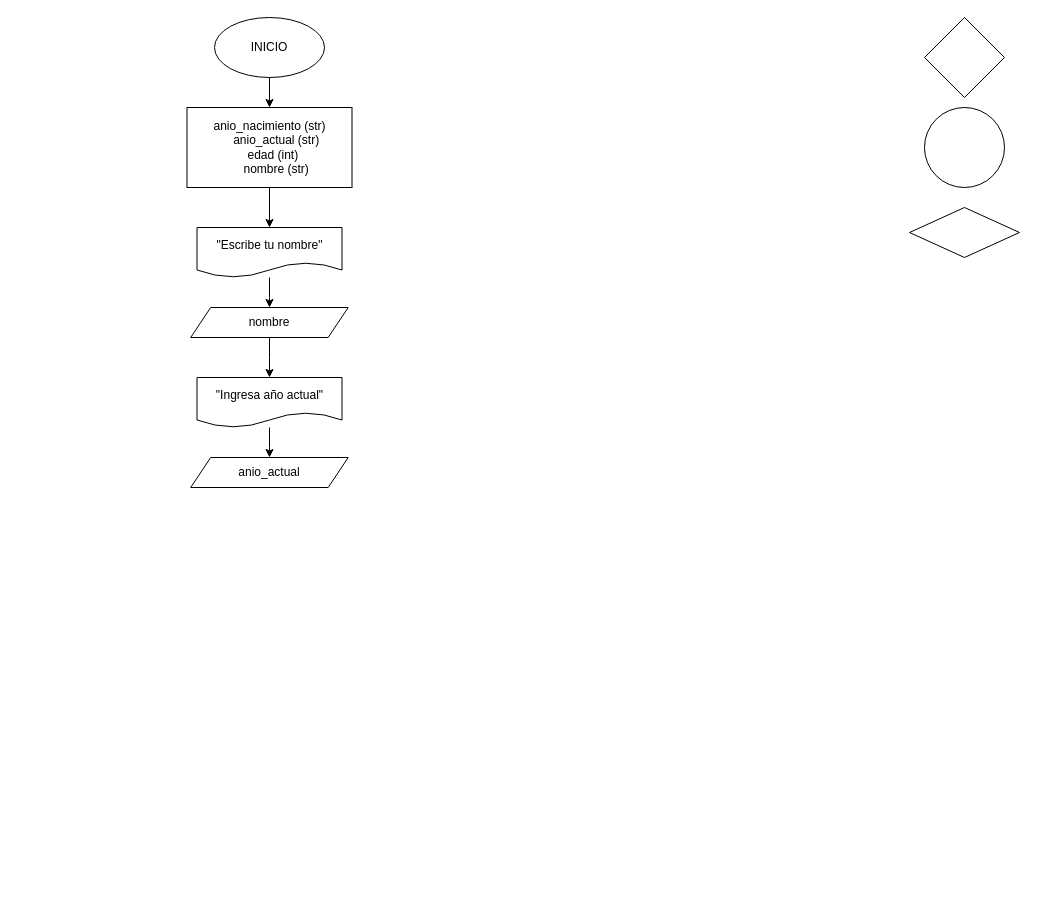
Earlier version of the draw.io diagram ejercicios/Diagrama sin título.drawio (leoandyaz/Practicas-logicas-condicionales). Source tidied: cells renumbered, new cells numbered last; positions are measured from the earlier drawing's top-left corner, leaving out a move shared by most shapes. Both pictures are drawn from the tidied source at 100%, with x=0, y=0 at pixel (186, 17).
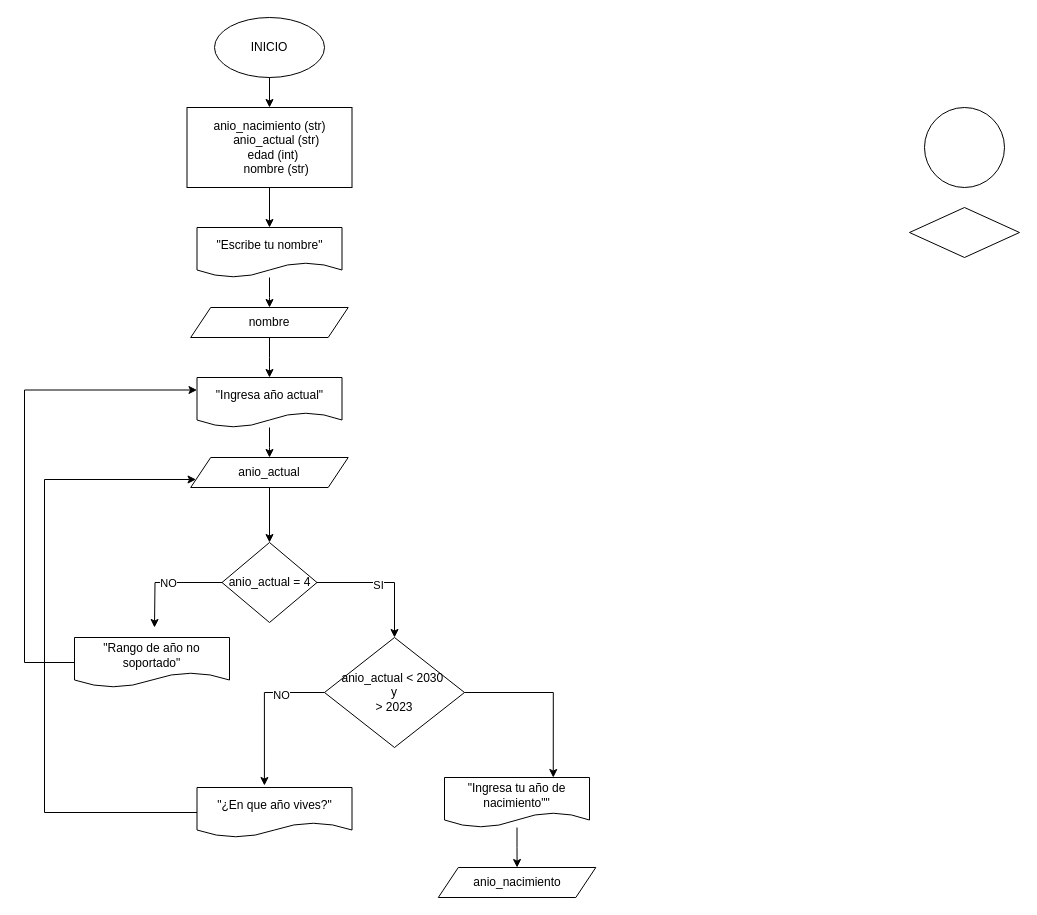
After the change.

The change refers to these unchanged cells:
```xml
<mxCell id="14" value="&quot;Ingresa año actual&quot;" style="shape=document;whiteSpace=wrap;html=1;boundedLbl=1;fillColor=none;" parent="1" vertex="1">
  <mxGeometry x="10.5" y="360" width="145" height="50" as="geometry" />
</mxCell>
<mxCell id="15" value="anio_actual" style="shape=parallelogram;perimeter=parallelogramPerimeter;whiteSpace=wrap;html=1;fixedSize=1;fillColor=none;" parent="1" vertex="1">
  <mxGeometry x="4.2" y="440" width="157.5" height="30" as="geometry" />
</mxCell>
```

What changed in the source:
```diff
@@
+    <mxCell id="16" style="edgeStyle=orthogonalEdgeStyle;rounded=0;jettySize=auto;html=1;" parent="1" edge="1" source="10">
+      <mxGeometry relative="1" as="geometry">
+        <mxPoint x="-32" y="610" as="targetPoint" />
+      </mxGeometry>
+    </mxCell>
+    <mxCell id="17" value="NO" style="edgeLabel;html=1;align=center;verticalAlign=middle;" parent="16" vertex="1">
+      <mxGeometry x="-0.04" relative="1" as="geometry" />
+    </mxCell>
+    <mxCell id="18" style="edgeStyle=orthogonalEdgeStyle;rounded=0;jettySize=auto;html=1;entryX=0.5;entryY=0;entryDx=0;entryDy=0;" parent="1" edge="1" source="10" target="26">
+      <mxGeometry relative="1" as="geometry">
+        <Array as="points">
+          <mxPoint x="208" y="565" />
+          <mxPoint x="208" y="620" />
+          <mxPoint x="209" y="620" />
+        </Array>
+      </mxGeometry>
+    </mxCell>
+    <mxCell id="19" value="SI" style="edgeLabel;html=1;align=center;verticalAlign=middle;" parent="18" vertex="1">
+      <mxGeometry x="-0.08" y="-2" relative="1" as="geometry" />
+    </mxCell>
-    <mxCell id="10" style="rhombus;whiteSpace=wrap;html=1;fillColor=none;" parent="1" vertex="1">
-      <mxGeometry x="738" width="80" height="80" as="geometry" />
+    <mxCell id="10" value="anio_actual = 4" style="rhombus;whiteSpace=wrap;html=1;fillColor=none;" parent="1" vertex="1">
+      <mxGeometry x="35.5" y="525" width="95" height="80" as="geometry" />
     </mxCell>
@@
+    <mxCell id="20" style="edgeStyle=orthogonalEdgeStyle;rounded=0;jettySize=auto;html=1;" parent="1" edge="1" source="15" target="10">
+      <mxGeometry relative="1" as="geometry" />
+    </mxCell>
@@
+    <mxCell id="21" style="edgeStyle=orthogonalEdgeStyle;rounded=0;jettySize=auto;html=1;entryX=0;entryY=0.25;entryDx=0;entryDy=0;" parent="1" edge="1" source="22" target="14">
+      <mxGeometry relative="1" as="geometry">
+        <Array as="points">
+          <mxPoint x="-162" y="645" />
+          <mxPoint x="-162" y="373" />
+        </Array>
+      </mxGeometry>
+    </mxCell>
+    <mxCell id="22" value="&quot;Rango de año no soportado&quot;" style="shape=document;whiteSpace=wrap;html=1;boundedLbl=1;fillColor=none;" parent="1" vertex="1">
+      <mxGeometry x="-112" y="620" width="155" height="50" as="geometry" />
+    </mxCell>
+    <mxCell id="23" style="edgeStyle=orthogonalEdgeStyle;rounded=0;jettySize=auto;html=1;entryX=0.435;entryY=-0.04;entryDx=0;entryDy=0;entryPerimeter=0;" parent="1" edge="1" source="26" target="28">
+      <mxGeometry relative="1" as="geometry">
+        <Array as="points">
+          <mxPoint x="78" y="675" />
+        </Array>
+      </mxGeometry>
+    </mxCell>
+    <mxCell id="24" value="NO" style="edgeLabel;html=1;align=center;verticalAlign=middle;" parent="23" vertex="1">
+      <mxGeometry x="-0.42" y="2" relative="1" as="geometry" />
+    </mxCell>
+    <mxCell id="25" style="edgeStyle=orthogonalEdgeStyle;rounded=0;jettySize=auto;html=1;entryX=0.75;entryY=0;entryDx=0;entryDy=0;exitX=1;exitY=0.5;exitDx=0;exitDy=0;" parent="1" edge="1" source="26" target="30">
+      <mxGeometry relative="1" as="geometry" />
+    </mxCell>
+    <mxCell id="26" value="anio_actual &amp;lt; 2030&amp;nbsp; &lt;br&gt;y &lt;br&gt;&amp;gt; 2023" style="rhombus;whiteSpace=wrap;html=1;fillColor=none;" parent="1" vertex="1">
+      <mxGeometry x="138" y="620" width="140" height="110" as="geometry" />
+    </mxCell>
+    <mxCell id="27" style="edgeStyle=orthogonalEdgeStyle;rounded=0;jettySize=auto;html=1;entryX=0;entryY=0.75;entryDx=0;entryDy=0;" parent="1" edge="1" source="28" target="15">
+      <mxGeometry relative="1" as="geometry">
+        <Array as="points">
+          <mxPoint x="-142" y="795" />
+          <mxPoint x="-142" y="462" />
+        </Array>
+      </mxGeometry>
+    </mxCell>
+    <mxCell id="28" value="&quot;¿En que año vives?&quot;" style="shape=document;whiteSpace=wrap;html=1;boundedLbl=1;fillColor=none;" parent="1" vertex="1">
+      <mxGeometry x="10.5" y="770" width="155" height="50" as="geometry" />
+    </mxCell>
+    <mxCell id="29" style="edgeStyle=orthogonalEdgeStyle;rounded=0;jettySize=auto;html=1;" parent="1" edge="1" source="30" target="31">
+      <mxGeometry relative="1" as="geometry" />
+    </mxCell>
+    <mxCell id="30" value="&quot;Ingresa tu año de nacimiento&quot;&quot;" style="shape=document;whiteSpace=wrap;html=1;boundedLbl=1;fillColor=none;" parent="1" vertex="1">
+      <mxGeometry x="258" y="760" width="145" height="50" as="geometry" />
+    </mxCell>
+    <mxCell id="31" value="anio_nacimiento" style="shape=parallelogram;perimeter=parallelogramPerimeter;whiteSpace=wrap;html=1;fixedSize=1;fillColor=none;" parent="1" vertex="1">
+      <mxGeometry x="251.8" y="850" width="157.5" height="30" as="geometry" />
+    </mxCell>
```
